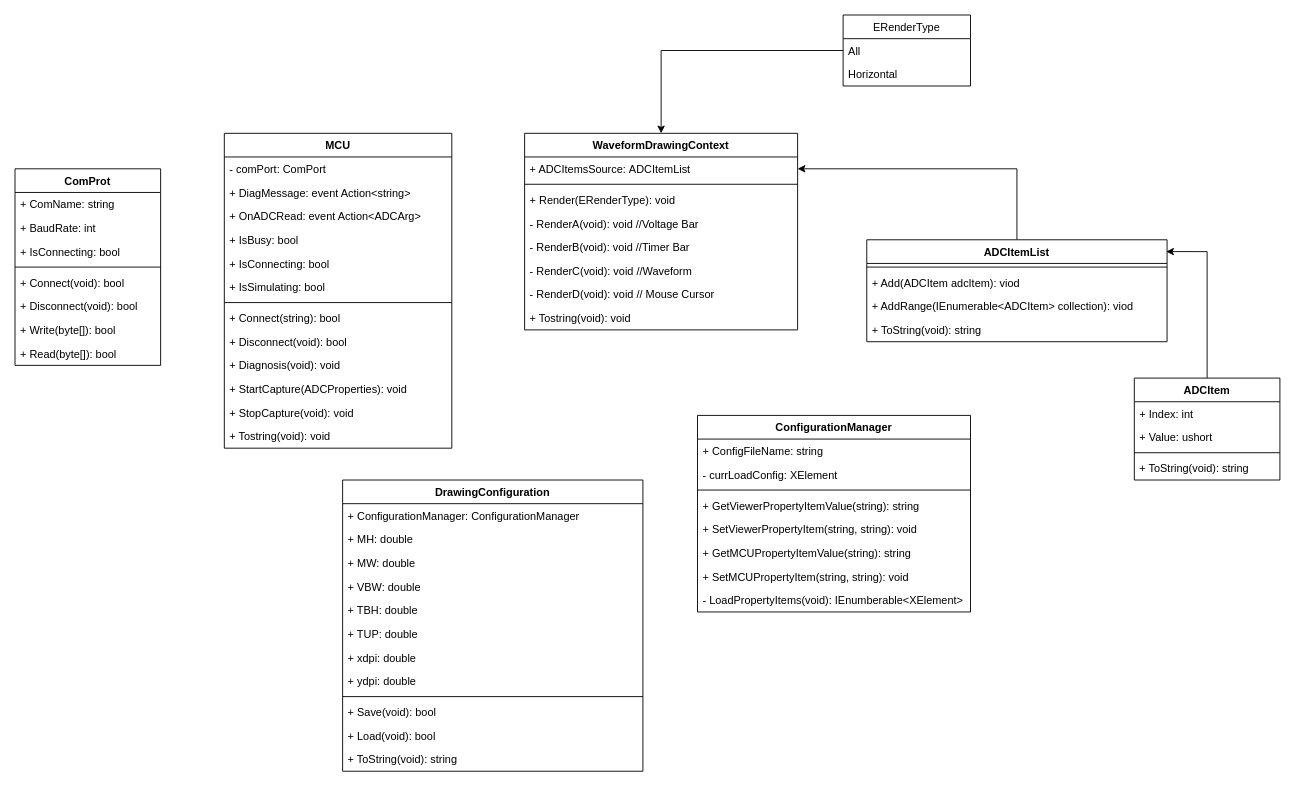
The draw.io diagram page "UML Class Diagram" (5 of 5) of ADC Monitor.drawio in Jasson-Chou/SideProject, before the edit. Source tidied: cells renumbered, new cells numbered last; positions are measured from the earlier drawing's top-left corner, leaving out a move shared by most shapes. Both pictures are drawn from the tidied source at 91%, with x=0, y=0 at pixel (15, 15).
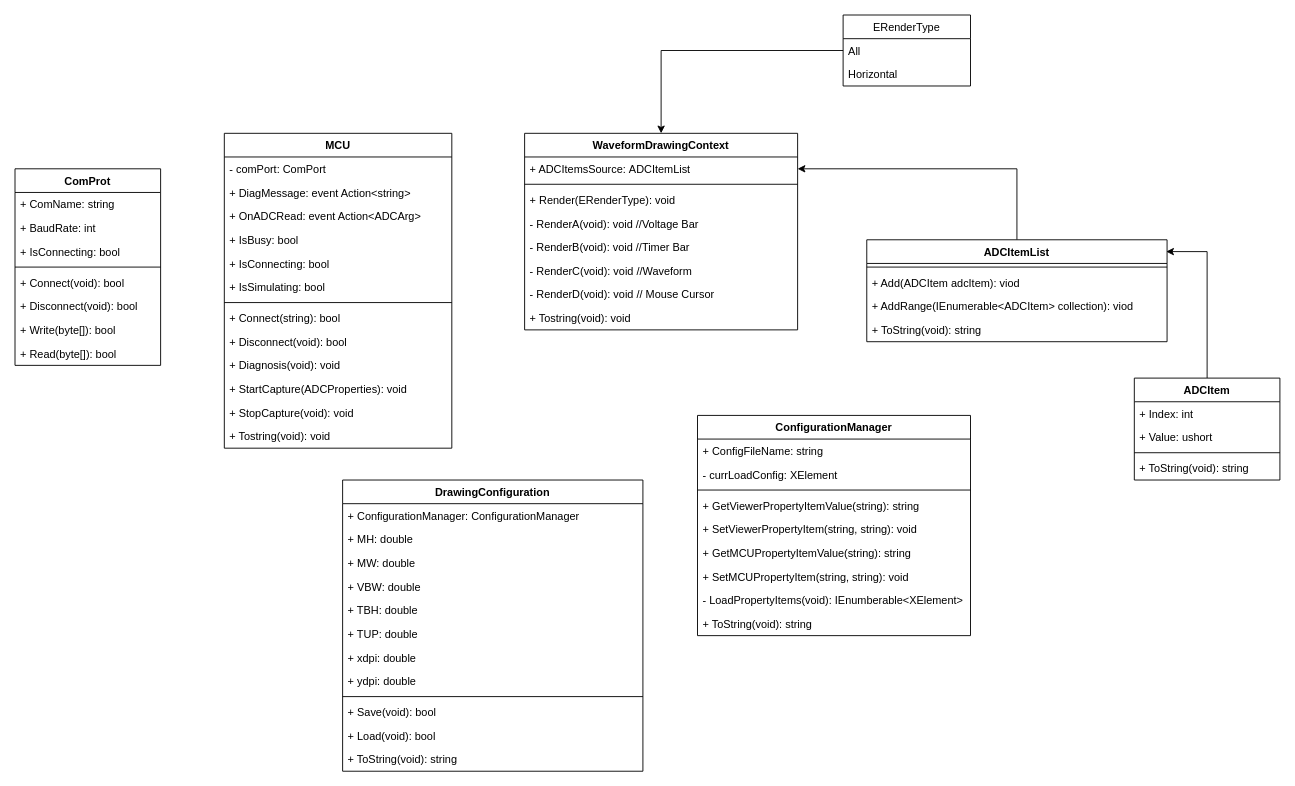
The same diagram, later.

Diff of the diagram source:
```diff
@@
     <mxCell id="63" value="ConfigurationManager" style="swimlane;fontStyle=1;align=center;verticalAlign=top;horizontal=1;startSize=26;" parent="1" vertex="1">
-      <mxGeometry x="750" y="440" width="300" height="216" as="geometry" />
+      <mxGeometry x="750" y="440" width="300" height="242" as="geometry" />
     </mxCell>
@@
+    <mxCell id="72" value="+ ToString(void): string" style="text;strokeColor=none;fillColor=none;align=left;verticalAlign=top;spacingLeft=4;spacingRight=4;overflow=hidden;" parent="63" vertex="1">
+      <mxGeometry y="216" width="300" height="26" as="geometry" />
+    </mxCell>
```
